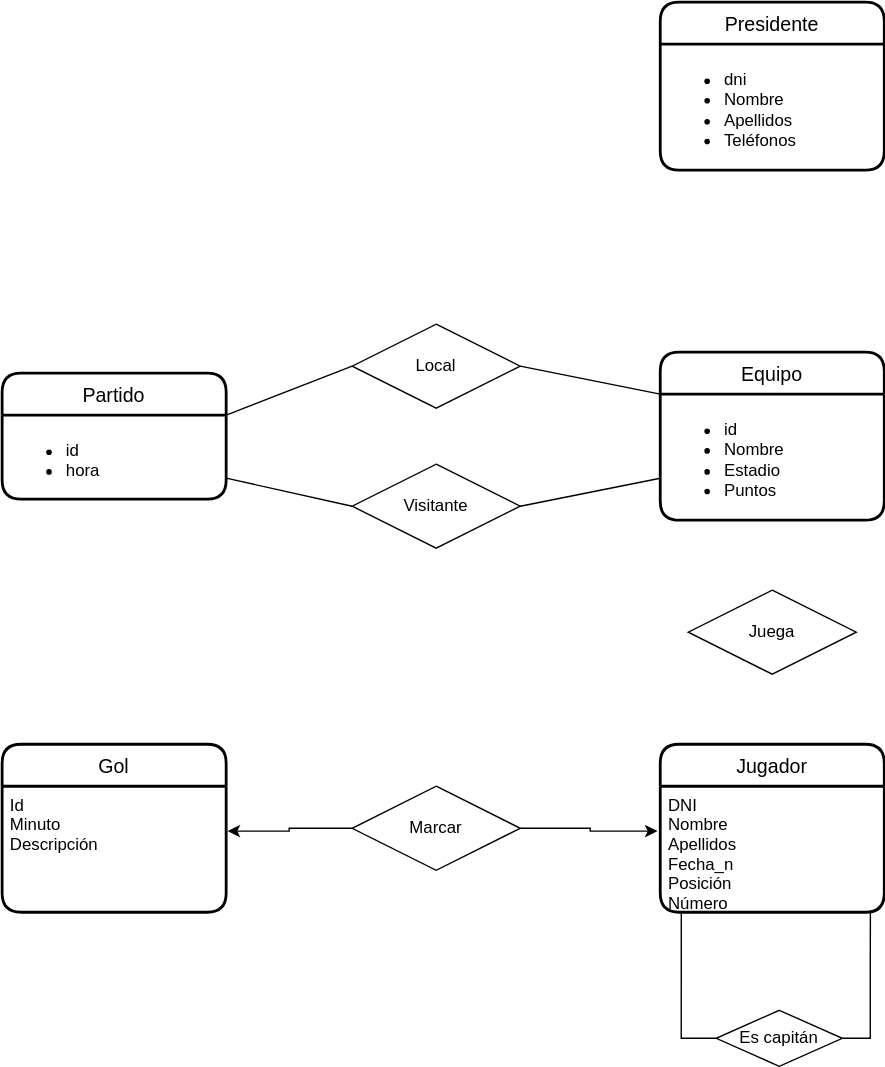
This is UD12-10.svg from Jimxx22/C3-UD11-UML, a draw.io export, as it was before one commit. Source tidied: cells renumbered, new cells last; positions are measured from the earlier drawing's top-left corner, leaving out a move shared by most shapes.
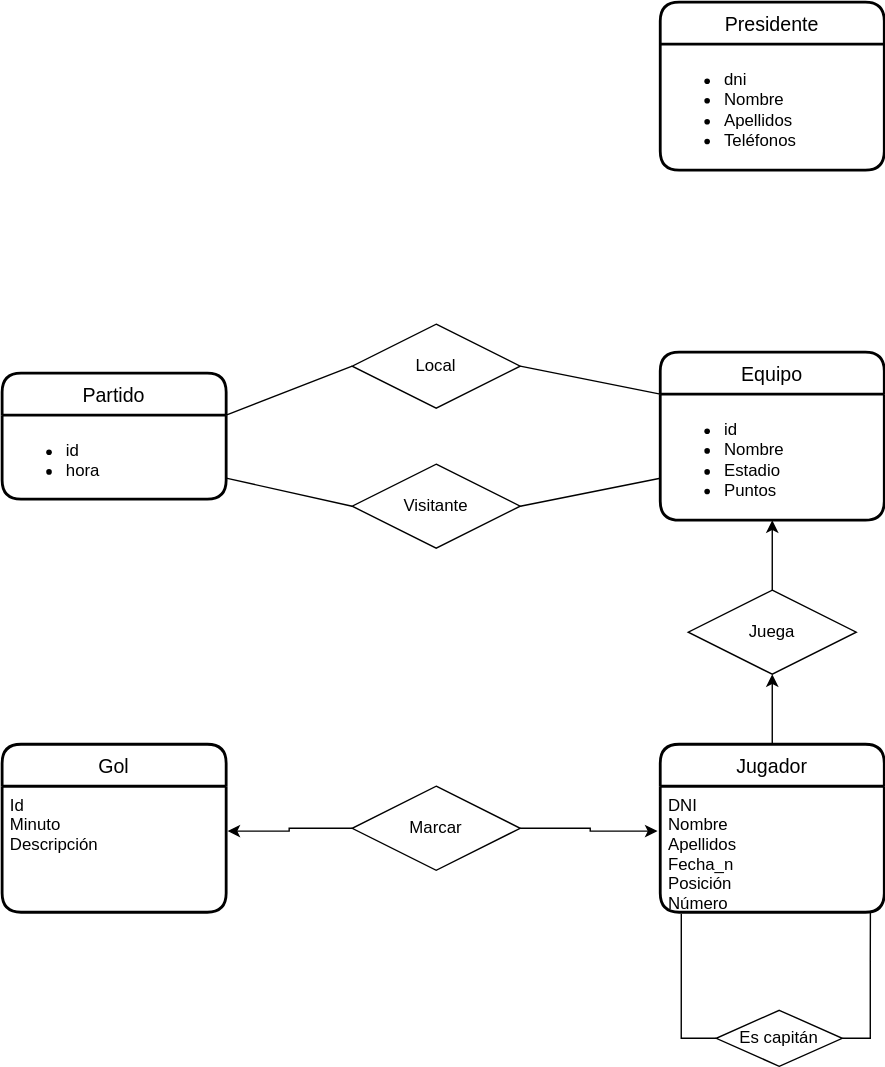
Later version of the same file.

Diff of the diagram source:
```diff
@@ -2,6 +2,9 @@
   <root>
     <mxCell id="0" />
     <mxCell id="1" parent="0" />
+    <mxCell id="25" style="edgeStyle=orthogonalEdgeStyle;rounded=0;jettySize=auto;html=1;exitX=0.5;exitY=0;exitDx=0;exitDy=0;entryX=0.5;entryY=1;entryDx=0;entryDy=0;" parent="1" edge="1" source="2" target="24">
+      <mxGeometry relative="1" as="geometry" />
+    </mxCell>
     <mxCell id="2" value="Jugador" style="swimlane;horizontal=1;startSize=30;rounded=1;fontSize=14;fontStyle=0;strokeWidth=2;shadow=0;dashed=0;align=center;" parent="1" vertex="1">
       <mxGeometry x="470" y="530" width="160" height="120" as="geometry" />
     </mxCell>
@@ -72,6 +75,9 @@
     <mxCell id="23" style="endArrow=none;html=1;rounded=0;labelBackgroundColor=none;entryX=0;entryY=0.5;entryDx=0;entryDy=0;exitX=1;exitY=0;exitDx=0;exitDy=0;" parent="1" edge="1" source="5" target="19">
       <mxGeometry relative="1" as="geometry" />
     </mxCell>
+    <mxCell id="26" style="edgeStyle=orthogonalEdgeStyle;rounded=0;jettySize=auto;html=1;exitX=0.5;exitY=0;exitDx=0;exitDy=0;entryX=0.5;entryY=1;entryDx=0;entryDy=0;" parent="1" edge="1" source="24" target="10">
+      <mxGeometry relative="1" as="geometry" />
+    </mxCell>
     <mxCell id="24" value="Juega" style="shape=rhombus;perimeter=rhombusPerimeter;whiteSpace=wrap;html=1;align=center;" parent="1" vertex="1">
       <mxGeometry x="490" y="420" width="120" height="60" as="geometry" />
     </mxCell>
```
